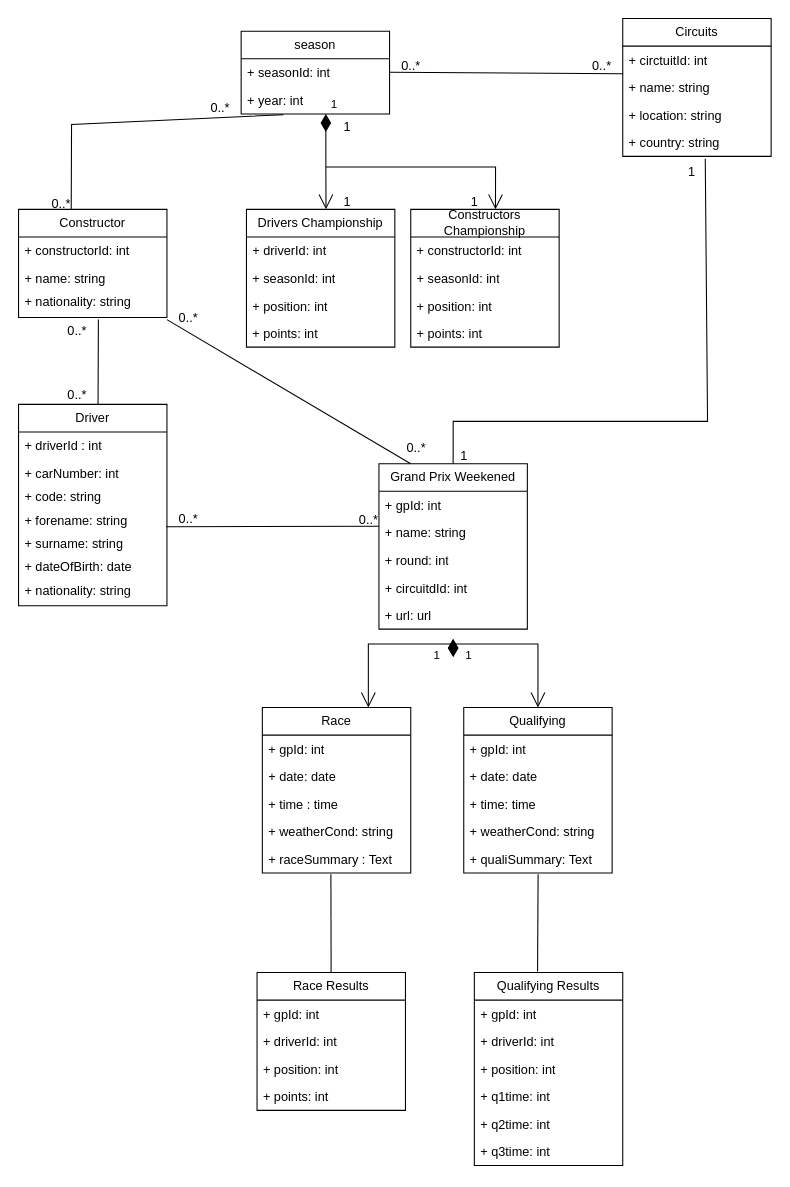
Earlier version of the draw.io diagram f1UML.drawio (mnogueira22/FEUP-PRI). Source tidied: cells renumbered, new cells numbered last; positions are measured from the earlier drawing's top-left corner, leaving out a move shared by most shapes. Both pictures are drawn from the tidied source at 106%, with x=0, y=0 at pixel (18, 18).
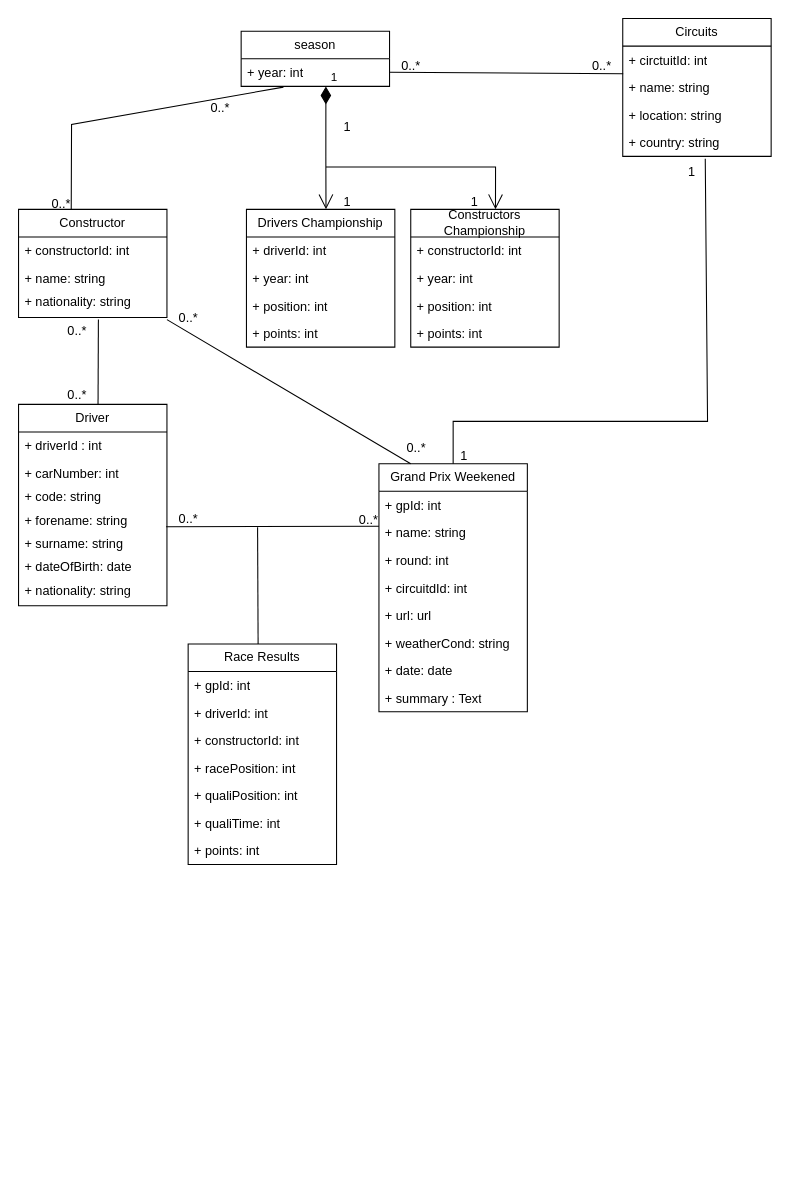
After the change.

Unchanged cells that the change refers to:
```xml
<mxCell id="35" value="Drivers Championship" style="swimlane;fontStyle=0;horizontal=1;startSize=26;fillColor=none;whiteSpace=wrap;html=1;" parent="1" vertex="1">
  <mxGeometry x="215" y="180" width="140" height="130" as="geometry" />
</mxCell>
<mxCell id="42" value="Constructors Championship" style="swimlane;fontStyle=0;horizontal=1;startSize=26;fillColor=none;whiteSpace=wrap;html=1;" parent="1" vertex="1">
  <mxGeometry x="370" y="180" width="140" height="130" as="geometry" />
</mxCell>
```

The edit, as a diff of the source:
```diff
@@
-    <mxCell id="2" value="Race" style="swimlane;fontStyle=0;horizontal=1;startSize=26;fillColor=none;whiteSpace=wrap;html=1;" parent="1" vertex="1">
-      <mxGeometry x="230" y="650" width="140" height="156" as="geometry" />
-    </mxCell>
-    <mxCell id="3" value="+ gpId: int" style="text;strokeColor=none;fillColor=none;align=left;verticalAlign=top;spacingLeft=4;spacingRight=4;overflow=hidden;whiteSpace=wrap;html=1;" parent="2" vertex="1">
-      <mxGeometry y="26" width="140" height="26" as="geometry" />
-    </mxCell>
-    <mxCell id="4" value="+ date: date" style="text;strokeColor=none;fillColor=none;align=left;verticalAlign=top;spacingLeft=4;spacingRight=4;overflow=hidden;whiteSpace=wrap;html=1;" parent="2" vertex="1">
-      <mxGeometry y="52" width="140" height="26" as="geometry" />
-    </mxCell>
-    <mxCell id="5" value="+ time : time" style="text;strokeColor=none;fillColor=none;align=left;verticalAlign=top;spacingLeft=4;spacingRight=4;overflow=hidden;whiteSpace=wrap;html=1;" parent="2" vertex="1">
-      <mxGeometry y="78" width="140" height="26" as="geometry" />
-    </mxCell>
-    <mxCell id="6" value="+ weatherCond: string" style="text;strokeColor=none;fillColor=none;align=left;verticalAlign=top;spacingLeft=4;spacingRight=4;overflow=hidden;whiteSpace=wrap;html=1;" parent="2" vertex="1">
-      <mxGeometry y="104" width="140" height="26" as="geometry" />
-    </mxCell>
-    <mxCell id="7" value="+ raceSummary : Text" style="text;strokeColor=none;fillColor=none;align=left;verticalAlign=top;spacingLeft=4;spacingRight=4;overflow=hidden;points=[[0,0.5],[1,0.5]];portConstraint=eastwest;whiteSpace=wrap;html=1;" parent="2" vertex="1">
-      <mxGeometry y="130" width="140" height="26" as="geometry" />
-    </mxCell>
@@
-    <mxCell id="17" value="Qualifying" style="swimlane;fontStyle=0;horizontal=1;startSize=26;fillColor=none;whiteSpace=wrap;html=1;" parent="1" vertex="1">
-      <mxGeometry x="420" y="650" width="140" height="156" as="geometry" />
-    </mxCell>
-    <mxCell id="18" value="+ gpId: int" style="text;strokeColor=none;fillColor=none;align=left;verticalAlign=top;spacingLeft=4;spacingRight=4;overflow=hidden;whiteSpace=wrap;html=1;" parent="17" vertex="1">
-      <mxGeometry y="26" width="140" height="26" as="geometry" />
-    </mxCell>
-    <mxCell id="19" value="+ date: date" style="text;strokeColor=none;fillColor=none;align=left;verticalAlign=top;spacingLeft=4;spacingRight=4;overflow=hidden;whiteSpace=wrap;html=1;" parent="17" vertex="1">
-      <mxGeometry y="52" width="140" height="26" as="geometry" />
-    </mxCell>
-    <mxCell id="20" value="+ time: time" style="text;strokeColor=none;fillColor=none;align=left;verticalAlign=top;spacingLeft=4;spacingRight=4;overflow=hidden;whiteSpace=wrap;html=1;" parent="17" vertex="1">
-      <mxGeometry y="78" width="140" height="26" as="geometry" />
-    </mxCell>
-    <mxCell id="21" value="+ weatherCond: string" style="text;strokeColor=none;fillColor=none;align=left;verticalAlign=top;spacingLeft=4;spacingRight=4;overflow=hidden;whiteSpace=wrap;html=1;" parent="17" vertex="1">
-      <mxGeometry y="104" width="140" height="26" as="geometry" />
-    </mxCell>
-    <mxCell id="22" value="+ qualiSummary: Text" style="text;strokeColor=none;fillColor=none;align=left;verticalAlign=top;spacingLeft=4;spacingRight=4;overflow=hidden;points=[[0,0.5],[1,0.5]];portConstraint=eastwest;whiteSpace=wrap;html=1;" parent="17" vertex="1">
-      <mxGeometry y="130" width="140" height="26" as="geometry" />
-    </mxCell>
@@
     <mxCell id="28" value="season" style="swimlane;fontStyle=0;horizontal=1;startSize=26;fillColor=none;whiteSpace=wrap;html=1;" parent="1" vertex="1">
-      <mxGeometry x="210" y="12" width="140" height="78" as="geometry" />
+      <mxGeometry x="210" y="12" width="140" height="52" as="geometry" />
     </mxCell>
-    <mxCell id="29" value="+ seasonId: int" style="text;strokeColor=none;fillColor=none;align=left;verticalAlign=top;spacingLeft=4;spacingRight=4;overflow=hidden;whiteSpace=wrap;html=1;" parent="28" vertex="1">
-      <mxGeometry y="26" width="140" height="26" as="geometry" />
-    </mxCell>
     <mxCell id="30" value="+ year: int" style="text;strokeColor=none;fillColor=none;align=left;verticalAlign=top;spacingLeft=4;spacingRight=4;overflow=hidden;points=[[0,0.5],[1,0.5]];portConstraint=eastwest;whiteSpace=wrap;html=1;" parent="28" vertex="1">
-      <mxGeometry y="52" width="140" height="26" as="geometry" />
+      <mxGeometry y="26" width="140" height="26" as="geometry" />
     </mxCell>
@@
-    <mxCell id="37" value="+ seasonId: int" style="text;strokeColor=none;fillColor=none;align=left;verticalAlign=top;spacingLeft=4;spacingRight=4;overflow=hidden;whiteSpace=wrap;html=1;" parent="35" vertex="1">
+    <mxCell id="37" value="+ year: int" style="text;strokeColor=none;fillColor=none;align=left;verticalAlign=top;spacingLeft=4;spacingRight=4;overflow=hidden;whiteSpace=wrap;html=1;" parent="35" vertex="1">
       <mxGeometry y="52" width="140" height="26" as="geometry" />
     </mxCell>
@@
-    <mxCell id="44" value="+ seasonId: int" style="text;strokeColor=none;fillColor=none;align=left;verticalAlign=top;spacingLeft=4;spacingRight=4;overflow=hidden;whiteSpace=wrap;html=1;" parent="42" vertex="1">
+    <mxCell id="44" value="+ year: int" style="text;strokeColor=none;fillColor=none;align=left;verticalAlign=top;spacingLeft=4;spacingRight=4;overflow=hidden;whiteSpace=wrap;html=1;" parent="42" vertex="1">
       <mxGeometry y="52" width="140" height="26" as="geometry" />
     </mxCell>
@@
     <mxCell id="47" value="Grand Prix Weekened" style="swimlane;fontStyle=0;horizontal=1;startSize=26;fillColor=none;whiteSpace=wrap;html=1;" parent="1" vertex="1">
-      <mxGeometry x="340" y="420" width="140" height="156" as="geometry" />
+      <mxGeometry x="340" y="420" width="140" height="234" as="geometry" />
     </mxCell>
@@
-    <mxCell id="53" value="1" style="endArrow=open;html=1;endSize=12;startArrow=diamondThin;startSize=14;startFill=1;edgeStyle=orthogonalEdgeStyle;align=left;verticalAlign=bottom;rounded=0;exitX=0.497;exitY=1.084;exitDx=0;exitDy=0;exitPerimeter=0;" parent="1" edge="1">
-      <mxGeometry x="-1" y="-13" relative="1" as="geometry">
-        <mxPoint x="410" y="602.2" as="sourcePoint" />
-        <mxPoint x="490" y="650" as="targetPoint" />
-        <Array as="points">
-          <mxPoint x="410" y="590" />
-          <mxPoint x="490" y="590" />
-        </Array>
-        <mxPoint x="-3" y="8" as="offset" />
-      </mxGeometry>
-    </mxCell>
+    <mxCell id="21" value="+ weatherCond: string" style="text;strokeColor=none;fillColor=none;align=left;verticalAlign=top;spacingLeft=4;spacingRight=4;overflow=hidden;whiteSpace=wrap;html=1;" parent="47" vertex="1">
+      <mxGeometry y="156" width="140" height="26" as="geometry" />
+    </mxCell>
+    <mxCell id="91" value="+ date: date" style="text;strokeColor=none;fillColor=none;align=left;verticalAlign=top;spacingLeft=4;spacingRight=4;overflow=hidden;whiteSpace=wrap;html=1;" parent="47" vertex="1">
+      <mxGeometry y="182" width="140" height="26" as="geometry" />
+    </mxCell>
+    <mxCell id="7" value="+ summary : Text" style="text;strokeColor=none;fillColor=none;align=left;verticalAlign=top;spacingLeft=4;spacingRight=4;overflow=hidden;points=[[0,0.5],[1,0.5]];portConstraint=eastwest;whiteSpace=wrap;html=1;" parent="47" vertex="1">
+      <mxGeometry y="208" width="140" height="26" as="geometry" />
+    </mxCell>
@@
-    <mxCell id="57" value="1" style="endArrow=open;html=1;endSize=12;startArrow=diamondThin;startSize=14;startFill=1;edgeStyle=orthogonalEdgeStyle;align=left;verticalAlign=bottom;rounded=0;exitX=0.497;exitY=1.084;exitDx=0;exitDy=0;exitPerimeter=0;" parent="1" edge="1">
-      <mxGeometry x="-0.58" y="20" relative="1" as="geometry">
-        <mxPoint x="410" y="602.2" as="sourcePoint" />
-        <mxPoint x="330" y="650" as="targetPoint" />
-        <Array as="points">
-          <mxPoint x="410" y="590" />
-          <mxPoint x="330" y="590" />
-        </Array>
-      </mxGeometry>
-    </mxCell>
@@
-    <mxCell id="69" style="endArrow=none;html=1;rounded=0;exitX=0.462;exitY=1.051;exitDx=0;exitDy=0;exitPerimeter=0;" parent="1" edge="1" source="7" target="70">
-      <mxGeometry relative="1" as="geometry" />
-    </mxCell>
     <mxCell id="70" value="Race Results" style="swimlane;fontStyle=0;horizontal=1;startSize=26;fillColor=none;whiteSpace=wrap;html=1;" parent="1" vertex="1">
-      <mxGeometry x="225" y="900" width="140" height="130" as="geometry" />
+      <mxGeometry x="160" y="590" width="140" height="208" as="geometry" />
     </mxCell>
@@
+    <mxCell id="92" value="+ constructorId: int" style="text;strokeColor=none;fillColor=none;align=left;verticalAlign=top;spacingLeft=4;spacingRight=4;overflow=hidden;whiteSpace=wrap;html=1;" parent="70" vertex="1">
+      <mxGeometry y="78" width="140" height="26" as="geometry" />
+    </mxCell>
-    <mxCell id="73" value="+ position: int" style="text;strokeColor=none;fillColor=none;align=left;verticalAlign=top;spacingLeft=4;spacingRight=4;overflow=hidden;whiteSpace=wrap;html=1;" parent="70" vertex="1">
-      <mxGeometry y="78" width="140" height="26" as="geometry" />
+    <mxCell id="73" value="+ racePosition: int" style="text;strokeColor=none;fillColor=none;align=left;verticalAlign=top;spacingLeft=4;spacingRight=4;overflow=hidden;whiteSpace=wrap;html=1;" parent="70" vertex="1">
+      <mxGeometry y="104" width="140" height="26" as="geometry" />
     </mxCell>
+    <mxCell id="93" value="+ qualiPosition: int" style="text;strokeColor=none;fillColor=none;align=left;verticalAlign=top;spacingLeft=4;spacingRight=4;overflow=hidden;whiteSpace=wrap;html=1;" parent="70" vertex="1">
+      <mxGeometry y="130" width="140" height="26" as="geometry" />
+    </mxCell>
+    <mxCell id="94" value="+ qualiTime: int" style="text;strokeColor=none;fillColor=none;align=left;verticalAlign=top;spacingLeft=4;spacingRight=4;overflow=hidden;whiteSpace=wrap;html=1;" parent="70" vertex="1">
+      <mxGeometry y="156" width="140" height="26" as="geometry" />
+    </mxCell>
     <mxCell id="74" value="+ points: int" style="text;strokeColor=none;fillColor=none;align=left;verticalAlign=top;spacingLeft=4;spacingRight=4;overflow=hidden;whiteSpace=wrap;html=1;" parent="70" vertex="1">
-      <mxGeometry y="104" width="140" height="26" as="geometry" />
+      <mxGeometry y="182" width="140" height="26" as="geometry" />
     </mxCell>
-    <mxCell id="75" value="Qualifying Results" style="swimlane;fontStyle=0;horizontal=1;startSize=26;fillColor=none;whiteSpace=wrap;html=1;" parent="1" vertex="1">
-      <mxGeometry x="430" y="900" width="140" height="182" as="geometry" />
-    </mxCell>
-    <mxCell id="76" value="+ gpId: int" style="text;strokeColor=none;fillColor=none;align=left;verticalAlign=top;spacingLeft=4;spacingRight=4;overflow=hidden;whiteSpace=wrap;html=1;" parent="75" vertex="1">
-      <mxGeometry y="26" width="140" height="26" as="geometry" />
-    </mxCell>
-    <mxCell id="77" value="+ driverId: int" style="text;strokeColor=none;fillColor=none;align=left;verticalAlign=top;spacingLeft=4;spacingRight=4;overflow=hidden;whiteSpace=wrap;html=1;" parent="75" vertex="1">
-      <mxGeometry y="52" width="140" height="26" as="geometry" />
-    </mxCell>
-    <mxCell id="78" value="+ position: int" style="text;strokeColor=none;fillColor=none;align=left;verticalAlign=top;spacingLeft=4;spacingRight=4;overflow=hidden;whiteSpace=wrap;html=1;" parent="75" vertex="1">
-      <mxGeometry y="78" width="140" height="26" as="geometry" />
-    </mxCell>
-    <mxCell id="79" value="+ q1time: int" style="text;strokeColor=none;fillColor=none;align=left;verticalAlign=top;spacingLeft=4;spacingRight=4;overflow=hidden;whiteSpace=wrap;html=1;" parent="75" vertex="1">
-      <mxGeometry y="104" width="140" height="26" as="geometry" />
-    </mxCell>
-    <mxCell id="80" value="+ q2time: int" style="text;strokeColor=none;fillColor=none;align=left;verticalAlign=top;spacingLeft=4;spacingRight=4;overflow=hidden;whiteSpace=wrap;html=1;" parent="75" vertex="1">
-      <mxGeometry y="130" width="140" height="26" as="geometry" />
-    </mxCell>
-    <mxCell id="81" value="+ q3time: int" style="text;strokeColor=none;fillColor=none;align=left;verticalAlign=top;spacingLeft=4;spacingRight=4;overflow=hidden;whiteSpace=wrap;html=1;" parent="75" vertex="1">
-      <mxGeometry y="156" width="140" height="26" as="geometry" />
-    </mxCell>
-    <mxCell id="82" style="endArrow=none;html=1;rounded=0;entryX=0.501;entryY=1.049;entryDx=0;entryDy=0;entryPerimeter=0;exitX=0.426;exitY=-0.005;exitDx=0;exitDy=0;exitPerimeter=0;" parent="1" edge="1" source="75" target="22">
-      <mxGeometry relative="1" as="geometry" />
-    </mxCell>
@@
+    <mxCell id="95" style="endArrow=none;html=1;rounded=0;" parent="1" edge="1">
+      <mxGeometry relative="1" as="geometry">
+        <mxPoint x="226" y="590" as="sourcePoint" />
+        <mxPoint x="225.5" y="480" as="targetPoint" />
+      </mxGeometry>
+    </mxCell>
```
